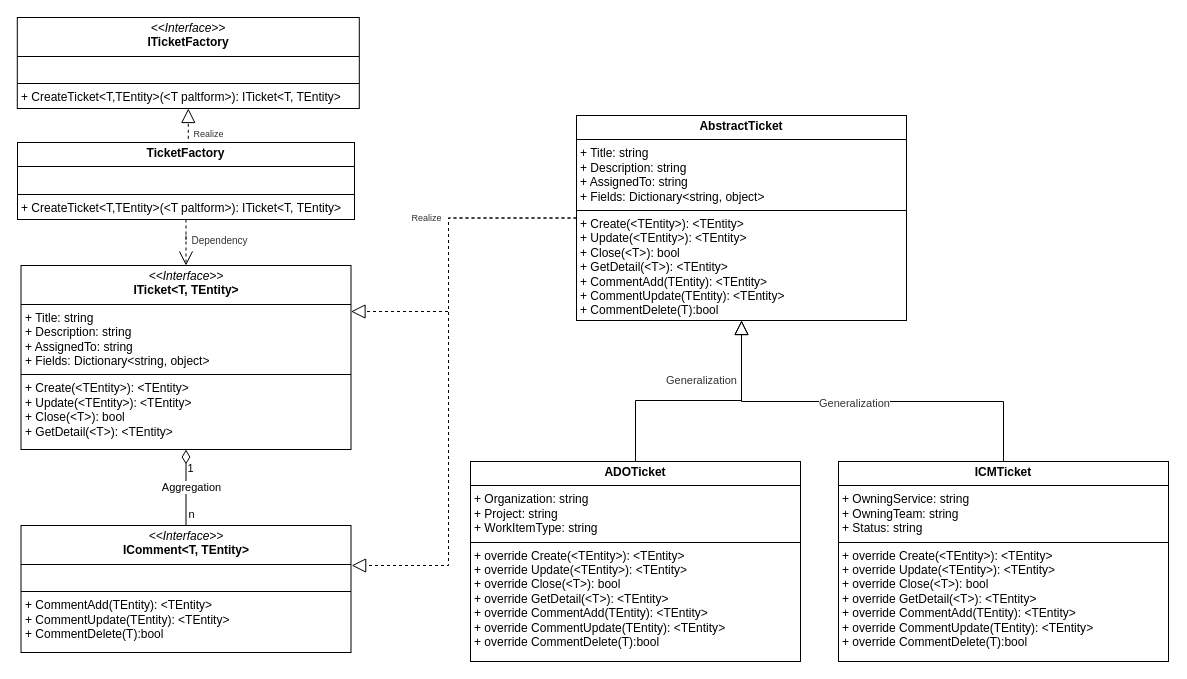
Before: page "Page-10" (10 of 10) of 2.drawio in hy986/Repo_0110, a draw.io diagram. Source tidied: cells renumbered, new cells numbered last; positions are measured from the earlier drawing's top-left corner, leaving out a move shared by most shapes. Both pictures are drawn from the tidied source at 100%, with x=0, y=0 at pixel (17, 17).
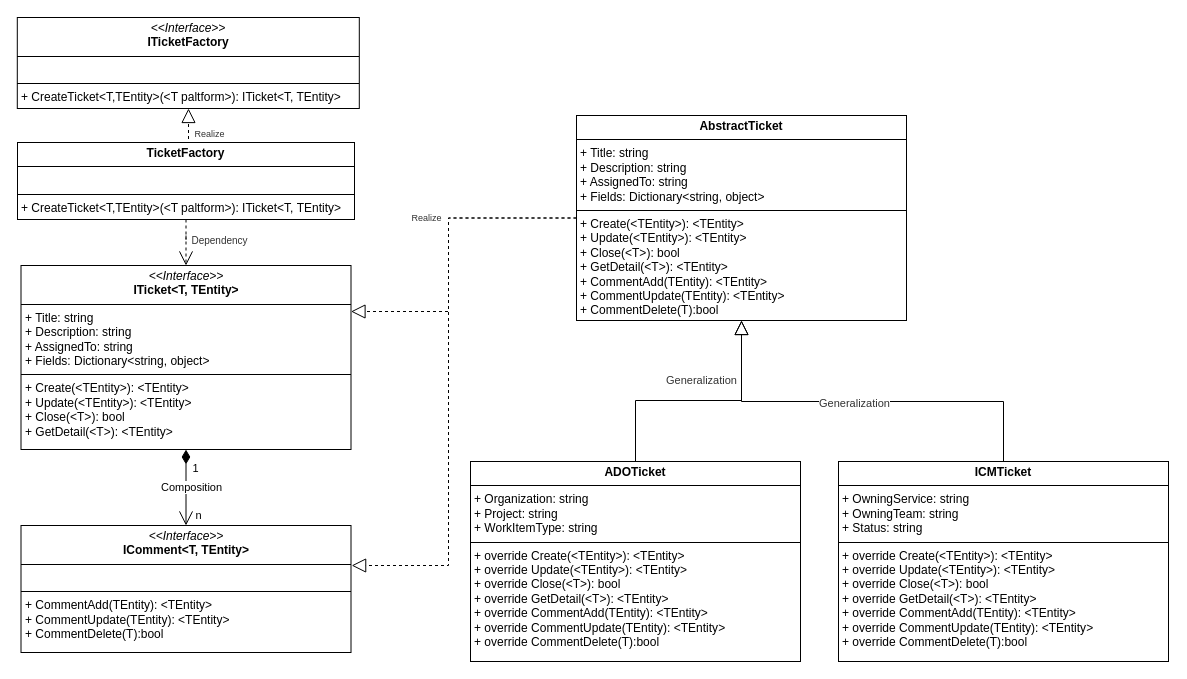
The same diagram, later.

Unchanged cells that the change refers to:
```xml
<mxCell id="6" value="&lt;p style=&quot;margin:0px;margin-top:4px;text-align:center;&quot;&gt;&lt;i&gt;&amp;lt;&amp;lt;Interface&amp;gt;&amp;gt;&lt;/i&gt;&lt;br&gt;&lt;b&gt;ITicket&amp;lt;T, TEntity&amp;gt;&lt;/b&gt;&lt;/p&gt;&lt;hr size=&quot;1&quot; style=&quot;border-style:solid;&quot;&gt;&lt;p style=&quot;margin:0px;margin-left:4px;&quot;&gt;+ Title: string&lt;br&gt;+ Description: string&lt;/p&gt;&lt;p style=&quot;margin:0px;margin-left:4px;&quot;&gt;+ AssignedTo: string&lt;/p&gt;&lt;p style=&quot;margin:0px;margin-left:4px;&quot;&gt;+ Fields: Dictionary&amp;lt;string, object&amp;gt;&lt;/p&gt;&lt;hr size=&quot;1&quot; style=&quot;border-style:solid;&quot;&gt;&lt;p style=&quot;margin:0px;margin-left:4px;&quot;&gt;+ Create(&amp;lt;&lt;span style=&quot;text-align: center;&quot;&gt;TEntity&lt;/span&gt;&amp;gt;&lt;span style=&quot;background-color: initial;&quot;&gt;): &amp;lt;&lt;/span&gt;&lt;span style=&quot;text-align: center;&quot;&gt;TEntity&lt;/span&gt;&lt;span style=&quot;background-color: initial;&quot;&gt;&amp;gt;&lt;/span&gt;&lt;/p&gt;&lt;p style=&quot;margin:0px;margin-left:4px;&quot;&gt;+ Update(&amp;lt;&lt;span style=&quot;text-align: center;&quot;&gt;TEntity&lt;/span&gt;&amp;gt;):&amp;nbsp;&lt;span style=&quot;background-color: initial;&quot;&gt;&amp;lt;&lt;/span&gt;&lt;span style=&quot;text-align: center;&quot;&gt;TEntity&lt;/span&gt;&lt;span style=&quot;background-color: initial;&quot;&gt;&amp;gt;&lt;/span&gt;&lt;/p&gt;&lt;p style=&quot;margin:0px;margin-left:4px;&quot;&gt;+&amp;nbsp;Close(&lt;span style=&quot;background-color: initial;&quot;&gt;&amp;lt;T&amp;gt;&lt;/span&gt;&lt;span style=&quot;background-color: initial;&quot;&gt;): bool&lt;/span&gt;&lt;/p&gt;&lt;p style=&quot;margin:0px;margin-left:4px;&quot;&gt;+ GetDetail(&lt;span style=&quot;background-color: initial;&quot;&gt;&amp;lt;T&amp;gt;&lt;/span&gt;&lt;span style=&quot;background-color: initial;&quot;&gt;): &amp;lt;&lt;/span&gt;&lt;span style=&quot;text-align: center;&quot;&gt;TEntity&lt;/span&gt;&lt;span style=&quot;background-color: initial;&quot;&gt;&amp;gt;&lt;/span&gt;&lt;/p&gt;" style="verticalAlign=top;align=left;overflow=fill;html=1;whiteSpace=wrap;" parent="1" vertex="1">
  <mxGeometry x="3.5" y="248" width="330" height="184" as="geometry" />
</mxCell>
<mxCell id="13" value="&lt;p style=&quot;margin:0px;margin-top:4px;text-align:center;&quot;&gt;&lt;i&gt;&amp;lt;&amp;lt;Interface&amp;gt;&amp;gt;&lt;/i&gt;&lt;br&gt;&lt;b&gt;ITicketFactory&lt;/b&gt;&lt;/p&gt;&lt;hr size=&quot;1&quot; style=&quot;border-style:solid;&quot;&gt;&lt;p style=&quot;margin:0px;margin-left:4px;&quot;&gt;&lt;br&gt;&lt;/p&gt;&lt;hr size=&quot;1&quot; style=&quot;border-style:solid;&quot;&gt;&lt;p style=&quot;margin:0px;margin-left:4px;&quot;&gt;+ CreateTicket&lt;span style=&quot;background-color: initial;&quot;&gt;&amp;lt;T,TEntity&amp;gt;&lt;/span&gt;&lt;span style=&quot;background-color: initial;&quot;&gt;(&amp;lt;T paltform&amp;gt;):&amp;nbsp;&lt;/span&gt;&lt;span style=&quot;background-color: initial;&quot; class=&quot;hljs-title&quot;&gt;ITicket&lt;/span&gt;&lt;span style=&quot;background-color: initial;&quot;&gt;&amp;lt;&lt;/span&gt;&lt;span style=&quot;background-color: initial;&quot; class=&quot;hljs-title&quot;&gt;T&lt;/span&gt;&lt;span style=&quot;background-color: initial;&quot;&gt;, &lt;/span&gt;&lt;span style=&quot;background-color: initial;&quot; class=&quot;hljs-title&quot;&gt;TEntity&lt;/span&gt;&lt;span style=&quot;background-color: initial;&quot;&gt;&amp;gt;&lt;/span&gt;&lt;/p&gt;" style="verticalAlign=top;align=left;overflow=fill;html=1;whiteSpace=wrap;fillColor=default;rounded=0;fillStyle=auto;strokeColor=default;" parent="1" vertex="1">
  <mxGeometry x="-0.2" width="342" height="91" as="geometry" />
</mxCell>
<mxCell id="19" value="&lt;p style=&quot;margin:0px;margin-top:4px;text-align:center;&quot;&gt;&lt;b&gt;TicketFactory&lt;/b&gt;&lt;/p&gt;&lt;hr size=&quot;1&quot; style=&quot;border-style:solid;&quot;&gt;&lt;p style=&quot;margin:0px;margin-left:4px;&quot;&gt;&lt;br&gt;&lt;/p&gt;&lt;hr size=&quot;1&quot; style=&quot;border-style:solid;&quot;&gt;&lt;p style=&quot;margin: 0px 0px 0px 4px;&quot;&gt;+ CreateTicket&lt;span style=&quot;background-color: initial;&quot;&gt;&amp;lt;T,TEntity&amp;gt;&lt;/span&gt;&lt;span style=&quot;background-color: initial;&quot;&gt;(&lt;/span&gt;&amp;lt;T paltform&amp;gt;&lt;span style=&quot;background-color: initial;&quot;&gt;):&amp;nbsp;&lt;/span&gt;&lt;span style=&quot;background-color: initial;&quot; class=&quot;hljs-title&quot;&gt;ITicket&lt;/span&gt;&lt;span style=&quot;background-color: initial;&quot;&gt;&amp;lt;&lt;/span&gt;&lt;span style=&quot;background-color: initial;&quot; class=&quot;hljs-title&quot;&gt;T&lt;/span&gt;&lt;span style=&quot;background-color: initial;&quot;&gt;,&amp;nbsp;&lt;/span&gt;&lt;span style=&quot;background-color: initial;&quot; class=&quot;hljs-title&quot;&gt;TEntity&lt;/span&gt;&lt;span style=&quot;background-color: initial;&quot;&gt;&amp;gt;&lt;/span&gt;&lt;/p&gt;" style="verticalAlign=top;align=left;overflow=fill;html=1;whiteSpace=wrap;" parent="1" vertex="1">
  <mxGeometry y="125" width="337" height="77" as="geometry" />
</mxCell>
<mxCell id="22" value="&lt;p style=&quot;margin:0px;margin-top:4px;text-align:center;&quot;&gt;&lt;i&gt;&amp;lt;&amp;lt;Interface&amp;gt;&amp;gt;&lt;/i&gt;&lt;br&gt;&lt;b&gt;IComment&amp;lt;T, TEntity&amp;gt;&lt;/b&gt;&lt;/p&gt;&lt;hr size=&quot;1&quot; style=&quot;border-style:solid;&quot;&gt;&lt;p style=&quot;margin:0px;margin-left:4px;&quot;&gt;&lt;br&gt;&lt;/p&gt;&lt;hr size=&quot;1&quot; style=&quot;border-style:solid;&quot;&gt;&lt;p style=&quot;margin:0px;margin-left:4px;&quot;&gt;&lt;span style=&quot;background-color: initial;&quot;&gt;+&amp;nbsp;&lt;/span&gt;&lt;span style=&quot;background-color: initial;&quot; class=&quot;hljs-function&quot;&gt;&lt;span style=&quot;background-color: initial;&quot;&gt;Comment&lt;/span&gt;&lt;span style=&quot;background-color: initial;&quot; class=&quot;hljs-function&quot;&gt;&lt;span class=&quot;hljs-title&quot;&gt;Add&lt;/span&gt;&lt;/span&gt;(&lt;span class=&quot;hljs-params&quot;&gt;TEntity&lt;/span&gt;): &amp;lt;&lt;/span&gt;&lt;span style=&quot;background-color: initial;&quot;&gt;TEntity&lt;/span&gt;&lt;span style=&quot;background-color: initial;&quot;&gt;&amp;gt;&lt;/span&gt;&lt;/p&gt;&lt;p style=&quot;margin: 0px 0px 0px 4px;&quot;&gt;&lt;span style=&quot;background-color: initial;&quot; class=&quot;hljs-function&quot;&gt;+&amp;nbsp;&lt;/span&gt;&lt;span style=&quot;background-color: initial;&quot;&gt;Comment&lt;/span&gt;&lt;span style=&quot;background-color: initial;&quot; class=&quot;hljs-function&quot;&gt;&lt;span class=&quot;hljs-title&quot;&gt;Update&lt;/span&gt;(&lt;span class=&quot;hljs-params&quot;&gt;TEntity&lt;/span&gt;): &amp;lt;&lt;/span&gt;&lt;span style=&quot;background-color: initial;&quot;&gt;TEntity&lt;/span&gt;&lt;span style=&quot;background-color: initial;&quot;&gt;&amp;gt;&lt;/span&gt;&lt;/p&gt;&lt;p style=&quot;margin: 0px 0px 0px 4px;&quot;&gt;&lt;span style=&quot;background-color: initial;&quot; class=&quot;hljs-function&quot;&gt;+&amp;nbsp;&lt;/span&gt;&lt;span style=&quot;background-color: initial;&quot;&gt;Comment&lt;/span&gt;&lt;span style=&quot;background-color: initial;&quot; class=&quot;hljs-function&quot;&gt;&lt;span class=&quot;hljs-title&quot;&gt;Delete&lt;/span&gt;(&lt;span class=&quot;hljs-params&quot;&gt;T&lt;/span&gt;):&lt;/span&gt;&lt;span style=&quot;background-color: initial;&quot; class=&quot;hljs-built_in&quot;&gt;bool&lt;/span&gt;&lt;/p&gt;" style="verticalAlign=top;align=left;overflow=fill;html=1;whiteSpace=wrap;" parent="1" vertex="1">
  <mxGeometry x="3.5" y="508" width="330" height="127" as="geometry" />
</mxCell>
```

The edit, as a diff of the source:
```diff
@@
-    <mxCell id="2" style="edgeStyle=orthogonalEdgeStyle;rounded=0;jettySize=auto;html=1;exitX=0.5;exitY=0;exitDx=0;exitDy=0;entryX=0.5;entryY=1;entryDx=0;entryDy=0;endSize=12;endArrow=diamondThin;endFill=0;" parent="1" edge="1" source="22" target="6">
+    <mxCell id="2" style="edgeStyle=orthogonalEdgeStyle;rounded=0;jettySize=auto;html=1;exitX=0.5;exitY=0;exitDx=0;exitDy=0;entryX=0.5;entryY=1;entryDx=0;entryDy=0;endSize=12;endArrow=diamondThin;endFill=1;startArrow=open;startFill=0;startSize=12;" parent="1" edge="1" source="22" target="6">
       <mxGeometry relative="1" as="geometry" />
     </mxCell>
-    <mxCell id="3" value="Aggregation" style="edgeLabel;html=1;align=center;verticalAlign=middle;" parent="2" vertex="1">
+    <mxCell id="3" value="Composition" style="edgeLabel;html=1;align=center;verticalAlign=middle;" parent="2" vertex="1">
       <mxGeometry x="0.03" y="-4" relative="1" as="geometry">
         <mxPoint x="1" as="offset" />
       </mxGeometry>
     </mxCell>
     <mxCell id="4" value="1" style="edgeLabel;html=1;align=center;verticalAlign=middle;" parent="2" vertex="1">
       <mxGeometry x="0.66" relative="1" as="geometry">
-        <mxPoint x="4" y="5" as="offset" />
+        <mxPoint x="9" y="5" as="offset" />
       </mxGeometry>
     </mxCell>
     <mxCell id="5" value="n" style="edgeLabel;html=1;align=center;verticalAlign=middle;" parent="2" vertex="1">
       <mxGeometry x="-0.63" y="-1" relative="1" as="geometry">
-        <mxPoint x="4" y="2" as="offset" />
+        <mxPoint x="11" y="3" as="offset" />
       </mxGeometry>
     </mxCell>
@@
-    <mxCell id="20" style="edgeStyle=orthogonalEdgeStyle;rounded=0;jettySize=auto;html=1;exitX=0.5;exitY=0;exitDx=0;exitDy=0;entryX=0.5;entryY=1;entryDx=0;entryDy=0;endArrow=block;endFill=0;dashed=1;endSize=12;" parent="1" edge="1" source="19" target="13">
-      <mxGeometry relative="1" as="geometry" />
+    <mxCell id="20" style="edgeStyle=orthogonalEdgeStyle;rounded=0;jettySize=auto;html=1;exitX=0.5;exitY=0;exitDx=0;exitDy=0;endArrow=block;endFill=0;dashed=1;endSize=12;" parent="1" edge="1" source="19">
+      <mxGeometry relative="1" as="geometry">
+        <mxPoint x="171" y="91" as="targetPoint" />
+      </mxGeometry>
     </mxCell>
```
